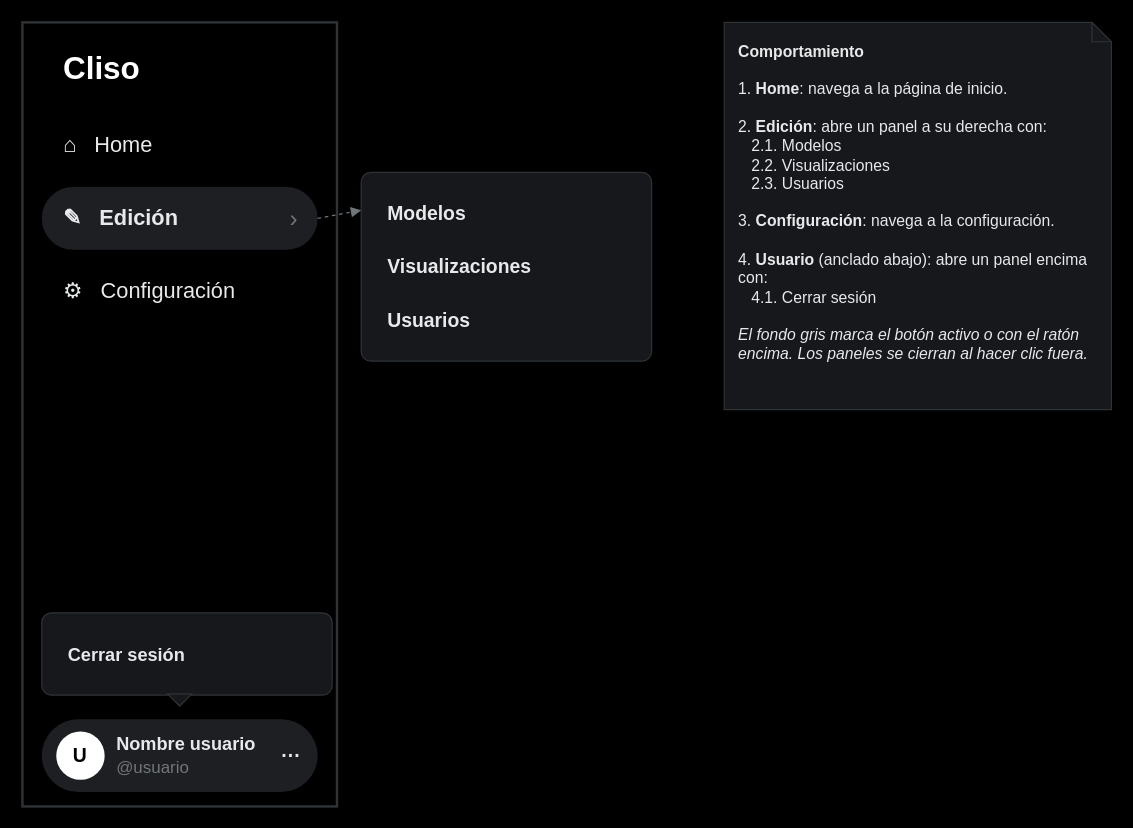
Earlier version of the draw.io diagram page "Barra de herramientas" (1 of 2) of Documentation/UI/[Diseño] Cliso.UI - Barra de herramientas.drawio (Aaron-B-D/Cliso). Source tidied: cells renumbered, new cells numbered last; positions are measured from the earlier drawing's top-left corner, leaving out a move shared by most shapes. Both pictures are drawn from the tidied source at 121%, with x=0, y=0 at pixel (22, 22).
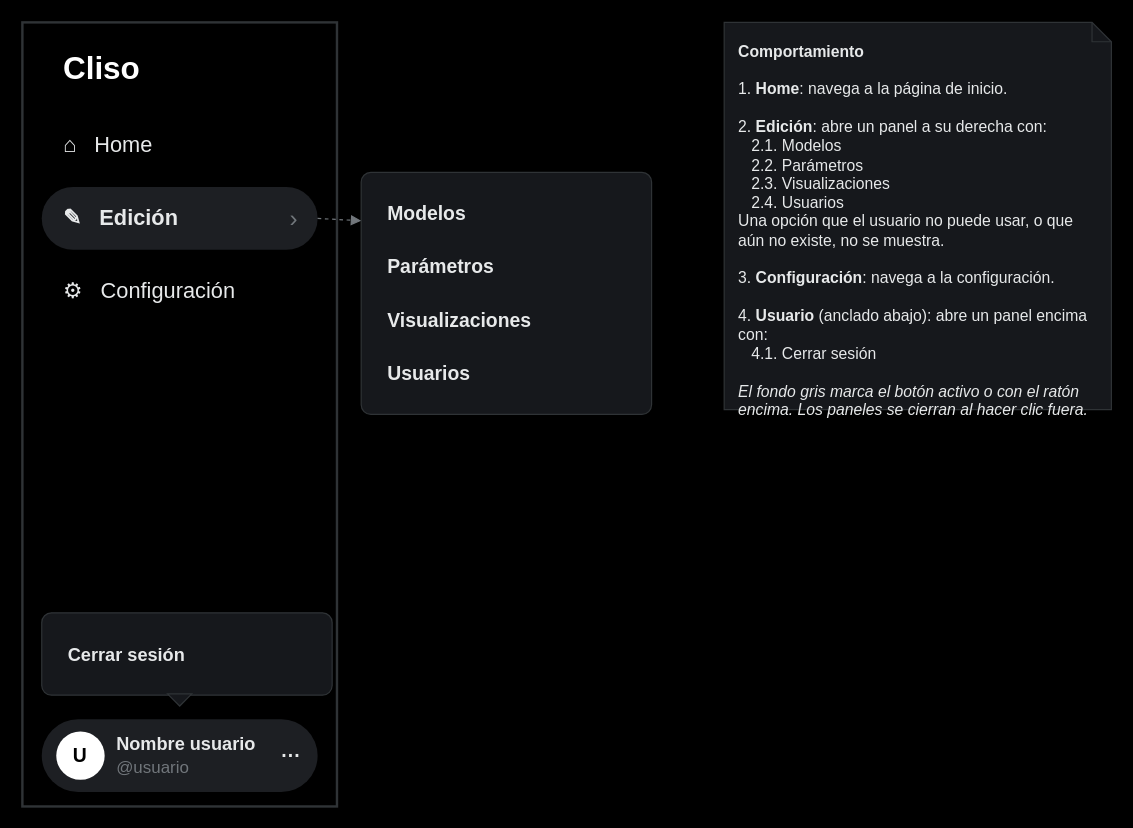
After the change.

Diff of the diagram source:
```diff
@@
     <mxCell id="13" style="rounded=1;arcSize=16;absoluteArcSize=1;whiteSpace=wrap;html=1;fillColor=#16181C;strokeColor=#2F3336;" parent="1" vertex="1">
-      <mxGeometry x="280" y="124" width="240" height="156" as="geometry" />
+      <mxGeometry x="280" y="124" width="240" height="200" as="geometry" />
     </mxCell>
@@
+    <mxCell id="22" value="Parámetros" style="text;html=1;align=left;verticalAlign=middle;spacingLeft=20;fontSize=16;fontStyle=1;fontColor=#E7E9EA;" parent="1" vertex="1">
+      <mxGeometry x="280" y="180" width="240" height="44" as="geometry" />
+    </mxCell>
     <mxCell id="15" value="Visualizaciones" style="text;html=1;align=left;verticalAlign=middle;spacingLeft=20;fontSize=16;fontStyle=1;fontColor=#E7E9EA;" parent="1" vertex="1">
-      <mxGeometry x="280" y="180" width="240" height="44" as="geometry" />
+      <mxGeometry x="280" y="224" width="240" height="44" as="geometry" />
     </mxCell>
     <mxCell id="16" value="Usuarios" style="text;html=1;align=left;verticalAlign=middle;spacingLeft=20;fontSize=16;fontStyle=1;fontColor=#E7E9EA;" parent="1" vertex="1">
-      <mxGeometry x="280" y="224" width="240" height="44" as="geometry" />
+      <mxGeometry x="280" y="268" width="240" height="44" as="geometry" />
     </mxCell>
@@
-    <mxCell id="21" value="&lt;b&gt;Comportamiento&lt;/b&gt;&lt;br&gt;&lt;br&gt;1. &lt;b&gt;Home&lt;/b&gt;: navega a la página de inicio.&lt;br&gt;&lt;br&gt;2. &lt;b&gt;Edición&lt;/b&gt;: abre un panel a su derecha con:&lt;br&gt;&amp;nbsp;&amp;nbsp;&amp;nbsp;2.1. Modelos&lt;br&gt;&amp;nbsp;&amp;nbsp;&amp;nbsp;2.2. Visualizaciones&lt;br&gt;&amp;nbsp;&amp;nbsp;&amp;nbsp;2.3. Usuarios&lt;br&gt;&lt;br&gt;3. &lt;b&gt;Configuración&lt;/b&gt;: navega a la configuración.&lt;br&gt;&lt;br&gt;4. &lt;b&gt;Usuario&lt;/b&gt; (anclado abajo): abre un panel encima con:&lt;br&gt;&amp;nbsp;&amp;nbsp;&amp;nbsp;4.1. Cerrar sesión&lt;br&gt;&lt;br&gt;&lt;i&gt;El fondo gris marca el botón activo o con el ratón encima. Los paneles se cierran al hacer clic fuera.&lt;/i&gt;" style="shape=note;size=16;whiteSpace=wrap;html=1;align=left;verticalAlign=top;spacing=12;fontSize=13;fillColor=#16181C;strokeColor=#2F3336;fontColor=#E7E9EA;" parent="1" vertex="1">
+    <mxCell id="21" value="&lt;b&gt;Comportamiento&lt;/b&gt;&lt;br&gt;&lt;br&gt;1. &lt;b&gt;Home&lt;/b&gt;: navega a la página de inicio.&lt;br&gt;&lt;br&gt;2. &lt;b&gt;Edición&lt;/b&gt;: abre un panel a su derecha con:&lt;br&gt;&amp;nbsp;&amp;nbsp;&amp;nbsp;2.1. Modelos&lt;br&gt;&amp;nbsp;&amp;nbsp;&amp;nbsp;2.2. Parámetros&lt;br&gt;&amp;nbsp;&amp;nbsp;&amp;nbsp;2.3. Visualizaciones&lt;br&gt;&amp;nbsp;&amp;nbsp;&amp;nbsp;2.4. Usuarios&lt;br&gt;Una opción que el usuario no puede usar, o que aún no existe, no se muestra.&lt;br&gt;&lt;br&gt;3. &lt;b&gt;Configuración&lt;/b&gt;: navega a la configuración.&lt;br&gt;&lt;br&gt;4. &lt;b&gt;Usuario&lt;/b&gt; (anclado abajo): abre un panel encima con:&lt;br&gt;&amp;nbsp;&amp;nbsp;&amp;nbsp;4.1. Cerrar sesión&lt;br&gt;&lt;br&gt;&lt;i&gt;El fondo gris marca el botón activo o con el ratón encima. Los paneles se cierran al hacer clic fuera.&lt;/i&gt;" style="shape=note;size=16;whiteSpace=wrap;html=1;align=left;verticalAlign=top;spacing=12;fontSize=13;fillColor=#16181C;strokeColor=#2F3336;fontColor=#E7E9EA;" parent="1" vertex="1">
       <mxGeometry x="580" width="320" height="320" as="geometry" />
     </mxCell>
```
